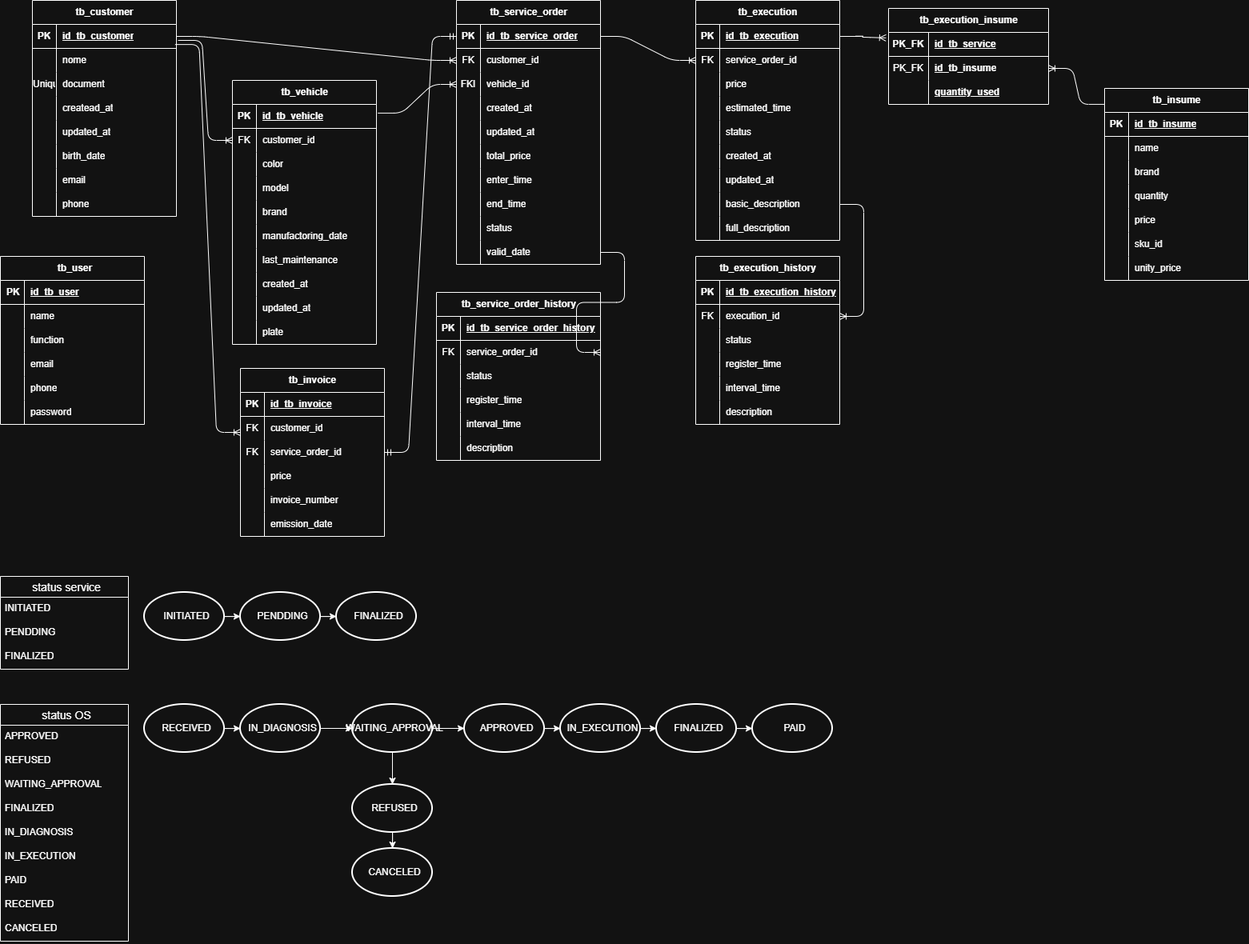
Before: docs/delivery/database-er-diagram.png, a diagram exported from draw.io (tech-challenge-fiap-repairshop/tech-challenge-repairshop-app). Source tidied: cells renumbered, new cells last; positions are measured from the earlier drawing's top-left corner, leaving out a move shared by most shapes.
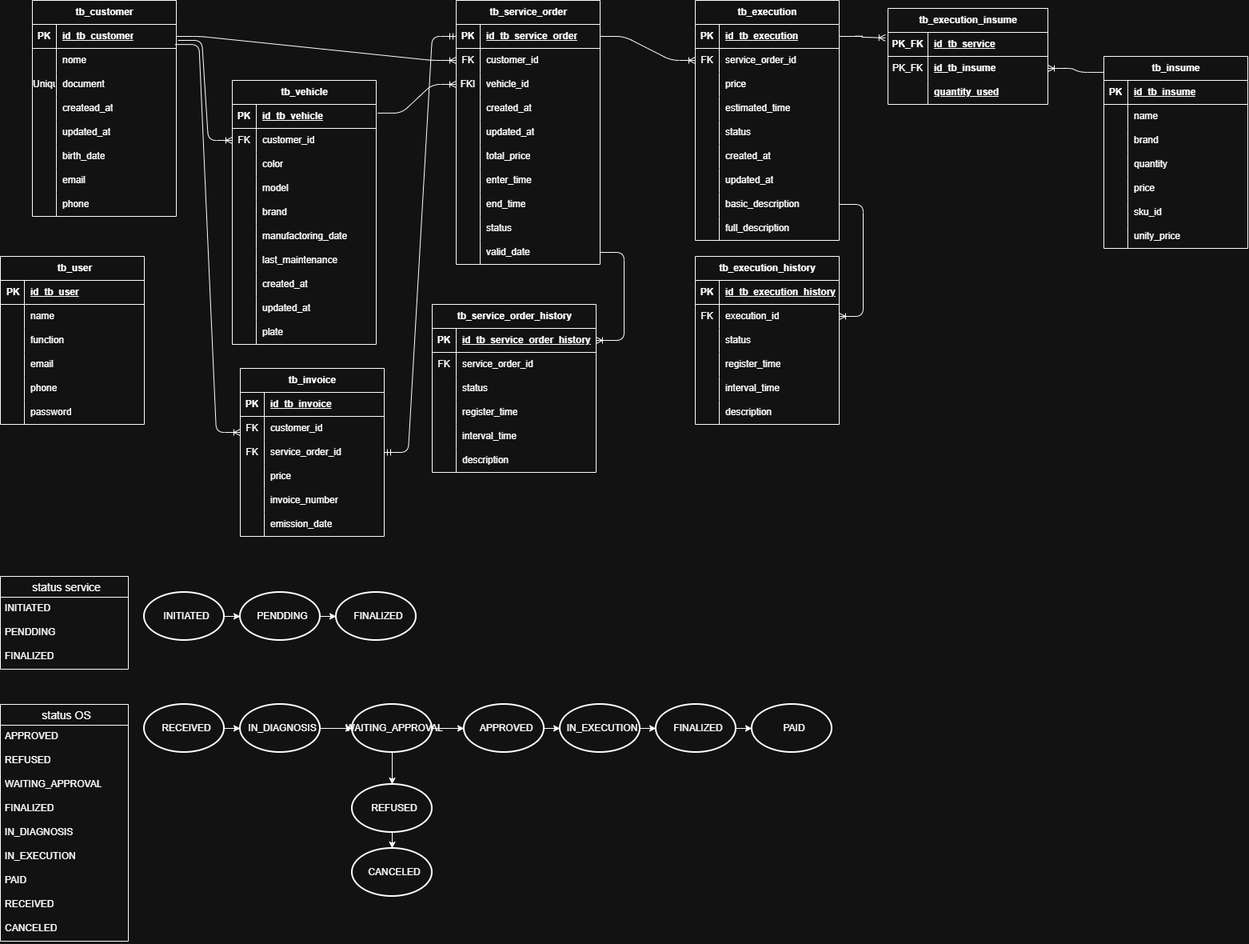
The same diagram one commit later.

Commit message:
* Ajuste de imagem do diagramva ER * removendo arquivos desnecessarios de mvn * Add imagem de svg do diagramva ER

What changed in the source:
```diff
@@ -171,7 +171,7 @@
       <mxGeometry x="30" width="150" height="30" as="geometry" />
     </mxCell>
     <mxCell id="58" value="tb_insume" style="shape=table;startSize=30;rowLines=0;fontStyle=1;align=center;html=1;" parent="1" vertex="1">
-      <mxGeometry x="1380" y="110" width="180" height="240" as="geometry" />
+      <mxGeometry x="1380" y="70" width="180" height="240" as="geometry" />
     </mxCell>
     <mxCell id="59" style="shape=tableRow;horizontal=0;startSize=0;swimlaneHead=0;swimlaneBody=0;fillColor=none;top=0;left=0;right=0;bottom=1;" parent="58" vertex="1">
       <mxGeometry y="30" width="180" height="30" as="geometry" />
@@ -495,7 +495,7 @@
       <mxGeometry x="30" width="150" height="30" as="geometry" />
     </mxCell>
     <mxCell id="166" value="tb_service_order_history" style="shape=table;startSize=30;rowLines=0;fontStyle=1;align=center;html=1;" parent="1" vertex="1">
-      <mxGeometry x="545" y="365" width="205" height="210" as="geometry" />
+      <mxGeometry x="540" y="380" width="205" height="210" as="geometry" />
     </mxCell>
     <mxCell id="167" style="shape=tableRow;horizontal=0;startSize=0;swimlaneHead=0;swimlaneBody=0;fillColor=none;points=[[0,0.5],[1,0.5]];portConstraint=eastwest;top=0;left=0;right=0;bottom=1;" parent="166" vertex="1">
       <mxGeometry y="30" width="205" height="30" as="geometry" />
@@ -787,7 +787,7 @@
     <mxCell id="262" style="edgeStyle=entityRelationEdgeStyle;fontSize=12;html=1;endArrow=ERoneToMany;rounded=1;exitX=1;exitY=0.5;exitDx=0;exitDy=0;curved=0;entryX=1;entryY=0.5;entryDx=0;entryDy=0;" parent="1" edge="1" source="207" target="151">
       <mxGeometry relative="1" as="geometry" />
     </mxCell>
-    <mxCell id="263" style="edgeStyle=entityRelationEdgeStyle;fontSize=12;html=1;endArrow=ERoneToMany;rounded=1;entryX=1;entryY=0.5;entryDx=0;entryDy=0;curved=0;" parent="1" edge="1" source="108" target="170">
+    <mxCell id="263" style="edgeStyle=entityRelationEdgeStyle;fontSize=12;html=1;endArrow=ERoneToMany;rounded=1;curved=0;entryX=1;entryY=0.5;entryDx=0;entryDy=0;" parent="1" edge="1" source="108" target="167">
       <mxGeometry relative="1" as="geometry" />
     </mxCell>
     <mxCell id="264" style="edgeStyle=entityRelationEdgeStyle;fontSize=12;html=1;endArrow=ERoneToMany;rounded=1;exitX=1;exitY=0.5;exitDx=0;exitDy=0;entryX=0;entryY=0.5;entryDx=0;entryDy=0;curved=0;" parent="1" edge="1" source="3" target="84">
```
